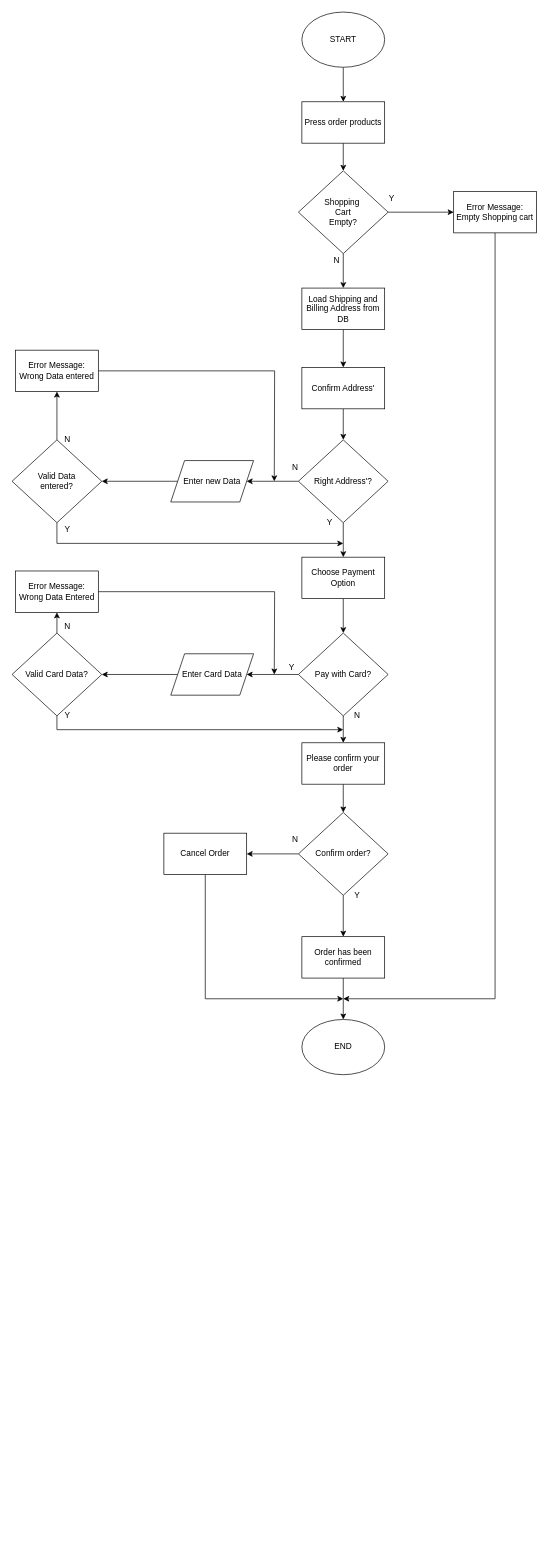
ArminL96/LAP_Vorbereitung_IT-LAB_Schuhgeschaeft keeps this draw.io diagram as PLANING/FLOWCHARTS/order.drawio. Above is the earlier version. Source tidied: cells renumbered, new cells numbered last; positions are measured from the earlier drawing's top-left corner, leaving out a move shared by most shapes. Both pictures are drawn from the tidied source at 69%, with x=0, y=0 at pixel (12, 12).
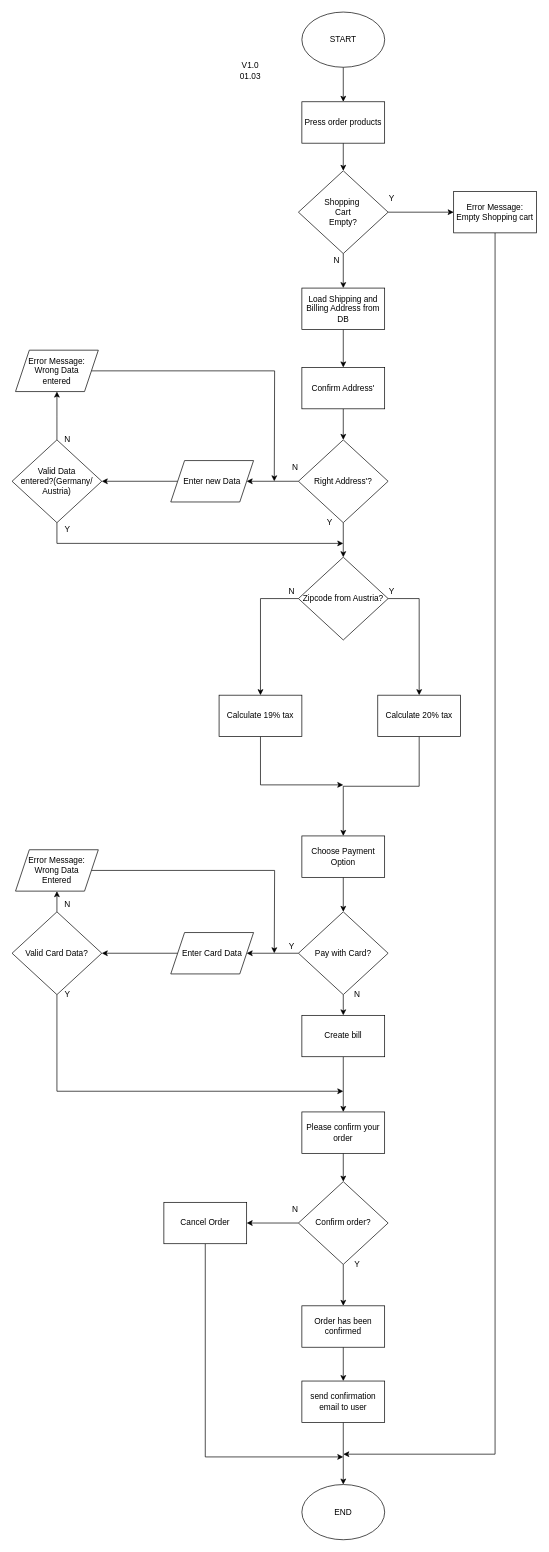
The same page after the edit.

Unchanged cells that the change refers to:
```xml
<mxCell id="11" value="Error Message:&lt;br&gt;Empty Shopping cart" style="rounded=0;whiteSpace=wrap;html=1;" parent="1" vertex="1">
  <mxGeometry x="640" y="260" width="120" height="60" as="geometry" />
</mxCell>
<mxCell id="18" value="Right Address'?" style="rhombus;whiteSpace=wrap;html=1;" parent="1" vertex="1">
  <mxGeometry x="415" y="620" width="130" height="120" as="geometry" />
</mxCell>
```

Change to the diagram source:
```diff
@@
     <mxCell id="4" value="END" style="ellipse;whiteSpace=wrap;html=1;" parent="1" vertex="1">
-      <mxGeometry x="420" y="1460" width="120" height="80" as="geometry" />
+      <mxGeometry x="420" y="2134" width="120" height="80" as="geometry" />
     </mxCell>
@@
     <mxCell id="10" style="edgeStyle=orthogonalEdgeStyle;rounded=0;jettySize=auto;html=1;exitX=0.5;exitY=1;exitDx=0;exitDy=0;" parent="1" edge="1" source="11">
       <mxGeometry relative="1" as="geometry">
-        <mxPoint x="480" y="1430" as="targetPoint" />
+        <mxPoint x="480" y="2090" as="targetPoint" />
         <Array as="points">
-          <mxPoint x="700" y="1430" />
+          <mxPoint x="700" y="2090" />
         </Array>
       </mxGeometry>
     </mxCell>
@@
-    <mxCell id="16" style="edgeStyle=orthogonalEdgeStyle;rounded=0;jettySize=auto;html=1;exitX=0.5;exitY=1;exitDx=0;exitDy=0;entryX=0.5;entryY=0;entryDx=0;entryDy=0;" parent="1" edge="1" source="18" target="25">
-      <mxGeometry relative="1" as="geometry" />
-    </mxCell>
@@
+    <mxCell id="59" style="edgeStyle=orthogonalEdgeStyle;rounded=0;jettySize=auto;html=1;exitX=0.5;exitY=1;exitDx=0;exitDy=0;entryX=0.5;entryY=0;entryDx=0;entryDy=0;" parent="1" edge="1" source="18" target="69">
+      <mxGeometry relative="1" as="geometry" />
+    </mxCell>
@@
-    <mxCell id="22" style="edgeStyle=orthogonalEdgeStyle;rounded=0;jettySize=auto;html=1;exitX=0.5;exitY=0;exitDx=0;exitDy=0;entryX=0.5;entryY=1;entryDx=0;entryDy=0;" parent="1" edge="1" source="23" target="42">
-      <mxGeometry relative="1" as="geometry" />
+    <mxCell id="22" style="edgeStyle=orthogonalEdgeStyle;rounded=0;jettySize=auto;html=1;exitX=0.5;exitY=0;exitDx=0;exitDy=0;entryX=0.5;entryY=1;entryDx=0;entryDy=0;" parent="1" edge="1" source="23">
+      <mxGeometry relative="1" as="geometry">
+        <mxPoint x="65" y="550" as="targetPoint" />
+      </mxGeometry>
     </mxCell>
-    <mxCell id="23" value="Valid Data&lt;br&gt;entered?" style="rhombus;whiteSpace=wrap;html=1;" parent="1" vertex="1">
+    <mxCell id="23" value="Valid Data&lt;br&gt;entered?(Germany/&lt;br&gt;Austria)" style="rhombus;whiteSpace=wrap;html=1;" parent="1" vertex="1">
       <mxGeometry y="620" width="130" height="120" as="geometry" />
     </mxCell>
@@
     <mxCell id="25" value="Choose Payment Option" style="rounded=0;whiteSpace=wrap;html=1;" parent="1" vertex="1">
-      <mxGeometry x="420" y="790" width="120" height="60" as="geometry" />
+      <mxGeometry x="420" y="1194" width="120" height="60" as="geometry" />
     </mxCell>
-    <mxCell id="26" style="edgeStyle=orthogonalEdgeStyle;rounded=0;jettySize=auto;html=1;exitX=0.5;exitY=1;exitDx=0;exitDy=0;entryX=0.5;entryY=0;entryDx=0;entryDy=0;" parent="1" edge="1" source="28" target="30">
-      <mxGeometry relative="1" as="geometry" />
-    </mxCell>
@@
+    <mxCell id="60" style="edgeStyle=orthogonalEdgeStyle;rounded=0;jettySize=auto;html=1;exitX=0.5;exitY=1;exitDx=0;exitDy=0;entryX=0.5;entryY=0;entryDx=0;entryDy=0;" parent="1" edge="1" source="28" target="63">
+      <mxGeometry relative="1" as="geometry" />
+    </mxCell>
     <mxCell id="28" value="Pay with Card?" style="rhombus;whiteSpace=wrap;html=1;" parent="1" vertex="1">
-      <mxGeometry x="415" y="900" width="130" height="120" as="geometry" />
+      <mxGeometry x="415" y="1304" width="130" height="120" as="geometry" />
     </mxCell>
@@
     <mxCell id="30" value="Please confirm your order" style="rounded=0;whiteSpace=wrap;html=1;" parent="1" vertex="1">
-      <mxGeometry x="420" y="1059" width="120" height="60" as="geometry" />
+      <mxGeometry x="420" y="1594" width="120" height="60" as="geometry" />
     </mxCell>
@@
     <mxCell id="33" value="Confirm order?" style="rhombus;whiteSpace=wrap;html=1;" parent="1" vertex="1">
-      <mxGeometry x="415" y="1160" width="130" height="120" as="geometry" />
+      <mxGeometry x="415" y="1695" width="130" height="120" as="geometry" />
     </mxCell>
-    <mxCell id="34" style="edgeStyle=orthogonalEdgeStyle;rounded=0;jettySize=auto;html=1;exitX=0.5;exitY=1;exitDx=0;exitDy=0;entryX=0.5;entryY=0;entryDx=0;entryDy=0;" parent="1" edge="1" source="35" target="4">
-      <mxGeometry relative="1" as="geometry" />
-    </mxCell>
+    <mxCell id="61" style="edgeStyle=orthogonalEdgeStyle;rounded=0;jettySize=auto;html=1;exitX=0.5;exitY=1;exitDx=0;exitDy=0;" parent="1" edge="1" source="35" target="65">
+      <mxGeometry relative="1" as="geometry" />
+    </mxCell>
     <mxCell id="35" value="Order has been confirmed" style="rounded=0;whiteSpace=wrap;html=1;" parent="1" vertex="1">
-      <mxGeometry x="420" y="1340" width="120" height="60" as="geometry" />
+      <mxGeometry x="420" y="1875" width="120" height="60" as="geometry" />
     </mxCell>
     <mxCell id="36" style="edgeStyle=orthogonalEdgeStyle;rounded=0;jettySize=auto;html=1;exitX=0.5;exitY=1;exitDx=0;exitDy=0;" parent="1" edge="1" source="37">
       <mxGeometry relative="1" as="geometry">
-        <mxPoint x="480" y="1430" as="targetPoint" />
+        <mxPoint x="480" y="2094" as="targetPoint" />
         <Array as="points">
-          <mxPoint x="280" y="1430" />
+          <mxPoint x="280" y="2094" />
         </Array>
       </mxGeometry>
     </mxCell>
     <mxCell id="37" value="Cancel Order" style="rounded=0;whiteSpace=wrap;html=1;" parent="1" vertex="1">
-      <mxGeometry x="220" y="1190" width="120" height="60" as="geometry" />
+      <mxGeometry x="220" y="1725" width="120" height="60" as="geometry" />
     </mxCell>
-    <mxCell id="38" style="edgeStyle=orthogonalEdgeStyle;rounded=0;jettySize=auto;html=1;exitX=0.5;exitY=0;exitDx=0;exitDy=0;entryX=0.5;entryY=1;entryDx=0;entryDy=0;" parent="1" edge="1" source="40" target="46">
-      <mxGeometry relative="1" as="geometry" />
+    <mxCell id="38" style="edgeStyle=orthogonalEdgeStyle;rounded=0;jettySize=auto;html=1;exitX=0.5;exitY=0;exitDx=0;exitDy=0;entryX=0.5;entryY=1;entryDx=0;entryDy=0;" parent="1" edge="1" source="40">
+      <mxGeometry relative="1" as="geometry">
+        <mxPoint x="65" y="1274" as="targetPoint" />
+      </mxGeometry>
     </mxCell>
     <mxCell id="39" style="edgeStyle=orthogonalEdgeStyle;rounded=0;jettySize=auto;html=1;exitX=0.5;exitY=1;exitDx=0;exitDy=0;" parent="1" edge="1" source="40">
       <mxGeometry relative="1" as="geometry">
-        <mxPoint x="480" y="1040" as="targetPoint" />
+        <mxPoint x="480" y="1564" as="targetPoint" />
         <Array as="points">
-          <mxPoint x="65" y="1040" />
+          <mxPoint x="65" y="1564" />
         </Array>
       </mxGeometry>
     </mxCell>
     <mxCell id="40" value="Valid Card Data?" style="rhombus;whiteSpace=wrap;html=1;" parent="1" vertex="1">
-      <mxGeometry y="900" width="130" height="120" as="geometry" />
+      <mxGeometry y="1304" width="130" height="120" as="geometry" />
     </mxCell>
@@
-    <mxCell id="42" value="Error Message:&lt;br&gt;Wrong Data entered" style="rounded=0;whiteSpace=wrap;html=1;" parent="1" vertex="1">
-      <mxGeometry x="5" y="490" width="120" height="60" as="geometry" />
-    </mxCell>
@@
     <mxCell id="44" value="Enter Card Data" style="shape=parallelogram;perimeter=parallelogramPerimeter;whiteSpace=wrap;html=1;fixedSize=1;" parent="1" vertex="1">
-      <mxGeometry x="230" y="930" width="120" height="60" as="geometry" />
+      <mxGeometry x="230" y="1334" width="120" height="60" as="geometry" />
     </mxCell>
     <mxCell id="45" style="edgeStyle=orthogonalEdgeStyle;rounded=0;jettySize=auto;html=1;exitX=1;exitY=0.5;exitDx=0;exitDy=0;" parent="1" edge="1" source="46">
       <mxGeometry relative="1" as="geometry">
-        <mxPoint x="380" y="960" as="targetPoint" />
+        <mxPoint x="380" y="1364" as="targetPoint" />
       </mxGeometry>
     </mxCell>
-    <mxCell id="46" value="Error Message:&lt;br&gt;Wrong Data Entered" style="rounded=0;whiteSpace=wrap;html=1;" parent="1" vertex="1">
-      <mxGeometry x="5" y="810" width="120" height="60" as="geometry" />
-    </mxCell>
@@
     <mxCell id="49" value="N" style="text;html=1;align=center;verticalAlign=middle;strokeColor=none;fillColor=none;" parent="1" vertex="1">
-      <mxGeometry x="490" y="1010" width="20" height="20" as="geometry" />
+      <mxGeometry x="490" y="1414" width="20" height="20" as="geometry" />
     </mxCell>
     <mxCell id="50" value="N" style="text;html=1;align=center;verticalAlign=middle;strokeColor=none;fillColor=none;" parent="1" vertex="1">
-      <mxGeometry x="400" y="1190" width="20" height="20" as="geometry" />
+      <mxGeometry x="400" y="1725" width="20" height="20" as="geometry" />
     </mxCell>
@@
     <mxCell id="53" value="Y" style="text;html=1;align=center;verticalAlign=middle;strokeColor=none;fillColor=none;" parent="1" vertex="1">
-      <mxGeometry x="395" y="940" width="20" height="20" as="geometry" />
+      <mxGeometry x="395" y="1344" width="20" height="20" as="geometry" />
     </mxCell>
     <mxCell id="54" value="Y" style="text;html=1;align=center;verticalAlign=middle;strokeColor=none;fillColor=none;" parent="1" vertex="1">
-      <mxGeometry x="490" y="1270" width="20" height="20" as="geometry" />
+      <mxGeometry x="490" y="1805" width="20" height="20" as="geometry" />
     </mxCell>
@@
     <mxCell id="56" value="Y" style="text;html=1;align=center;verticalAlign=middle;strokeColor=none;fillColor=none;" parent="1" vertex="1">
-      <mxGeometry x="70" y="1010" width="20" height="20" as="geometry" />
+      <mxGeometry x="70" y="1414" width="20" height="20" as="geometry" />
     </mxCell>
@@
     <mxCell id="58" value="N" style="text;html=1;align=center;verticalAlign=middle;strokeColor=none;fillColor=none;" parent="1" vertex="1">
-      <mxGeometry x="70" y="880" width="20" height="20" as="geometry" />
+      <mxGeometry x="70" y="1284" width="20" height="20" as="geometry" />
     </mxCell>
+    <mxCell id="46" value="&lt;span&gt;Error Message:&lt;/span&gt;&lt;br&gt;&lt;span&gt;Wrong Data&lt;br&gt;Entered&lt;/span&gt;" style="shape=parallelogram;perimeter=parallelogramPerimeter;whiteSpace=wrap;html=1;fixedSize=1;" parent="1" vertex="1">
+      <mxGeometry x="5" y="1214" width="120" height="60" as="geometry" />
+    </mxCell>
+    <mxCell id="42" value="&lt;span&gt;Error Message:&lt;/span&gt;&lt;br&gt;&lt;span&gt;Wrong Data&lt;br&gt;entered&lt;/span&gt;" style="shape=parallelogram;perimeter=parallelogramPerimeter;whiteSpace=wrap;html=1;fixedSize=1;" parent="1" vertex="1">
+      <mxGeometry x="5" y="490" width="120" height="60" as="geometry" />
+    </mxCell>
+    <mxCell id="62" style="edgeStyle=orthogonalEdgeStyle;rounded=0;jettySize=auto;html=1;exitX=0.5;exitY=1;exitDx=0;exitDy=0;entryX=0.5;entryY=0;entryDx=0;entryDy=0;" parent="1" edge="1" source="63" target="30">
+      <mxGeometry relative="1" as="geometry" />
+    </mxCell>
+    <mxCell id="63" value="Create bill" style="rounded=0;whiteSpace=wrap;html=1;" parent="1" vertex="1">
+      <mxGeometry x="420" y="1454" width="120" height="60" as="geometry" />
+    </mxCell>
+    <mxCell id="64" style="edgeStyle=orthogonalEdgeStyle;rounded=0;jettySize=auto;html=1;exitX=0.5;exitY=1;exitDx=0;exitDy=0;entryX=0.5;entryY=0;entryDx=0;entryDy=0;" parent="1" edge="1" source="65" target="4">
+      <mxGeometry relative="1" as="geometry" />
+    </mxCell>
+    <mxCell id="65" value="send confirmation&lt;br&gt;email to user" style="rounded=0;whiteSpace=wrap;html=1;" parent="1" vertex="1">
+      <mxGeometry x="420" y="1984" width="120" height="60" as="geometry" />
+    </mxCell>
+    <mxCell id="66" value="V1.0&lt;br&gt;01.03" style="text;html=1;align=center;verticalAlign=middle;strokeColor=none;fillColor=none;" parent="1" vertex="1">
+      <mxGeometry x="320" y="70" width="50" height="30" as="geometry" />
+    </mxCell>
+    <mxCell id="67" style="edgeStyle=orthogonalEdgeStyle;rounded=0;jettySize=auto;html=1;exitX=1;exitY=0.5;exitDx=0;exitDy=0;entryX=0.5;entryY=0;entryDx=0;entryDy=0;" parent="1" edge="1" source="69" target="71">
+      <mxGeometry relative="1" as="geometry" />
+    </mxCell>
+    <mxCell id="68" style="edgeStyle=orthogonalEdgeStyle;rounded=0;jettySize=auto;html=1;exitX=0;exitY=0.5;exitDx=0;exitDy=0;entryX=0.5;entryY=0;entryDx=0;entryDy=0;" parent="1" edge="1" source="69" target="73">
+      <mxGeometry relative="1" as="geometry" />
+    </mxCell>
+    <mxCell id="69" value="Zipcode from Austria?" style="rhombus;whiteSpace=wrap;html=1;" parent="1" vertex="1">
+      <mxGeometry x="415" y="790" width="130" height="120" as="geometry" />
+    </mxCell>
+    <mxCell id="70" style="edgeStyle=orthogonalEdgeStyle;rounded=0;jettySize=auto;html=1;exitX=0.5;exitY=1;exitDx=0;exitDy=0;entryX=0.5;entryY=0;entryDx=0;entryDy=0;" parent="1" edge="1" source="71" target="25">
+      <mxGeometry relative="1" as="geometry" />
+    </mxCell>
+    <mxCell id="71" value="Calculate 20% tax" style="rounded=0;whiteSpace=wrap;html=1;" parent="1" vertex="1">
+      <mxGeometry x="530" y="990" width="120" height="60" as="geometry" />
+    </mxCell>
+    <mxCell id="72" style="edgeStyle=orthogonalEdgeStyle;rounded=0;jettySize=auto;html=1;exitX=0.5;exitY=1;exitDx=0;exitDy=0;" parent="1" edge="1" source="73">
+      <mxGeometry relative="1" as="geometry">
+        <mxPoint x="480" y="1120" as="targetPoint" />
+        <Array as="points">
+          <mxPoint x="360" y="1120" />
+        </Array>
+      </mxGeometry>
+    </mxCell>
+    <mxCell id="73" value="Calculate 19% tax" style="rounded=0;whiteSpace=wrap;html=1;" parent="1" vertex="1">
+      <mxGeometry x="300" y="990" width="120" height="60" as="geometry" />
+    </mxCell>
+    <mxCell id="74" value="Y" style="text;html=1;align=center;verticalAlign=middle;strokeColor=none;fillColor=none;" parent="1" vertex="1">
+      <mxGeometry x="540" y="830" width="20" height="20" as="geometry" />
+    </mxCell>
+    <mxCell id="75" value="N" style="text;html=1;align=center;verticalAlign=middle;strokeColor=none;fillColor=none;" parent="1" vertex="1">
+      <mxGeometry x="395" y="830" width="20" height="20" as="geometry" />
+    </mxCell>
```
